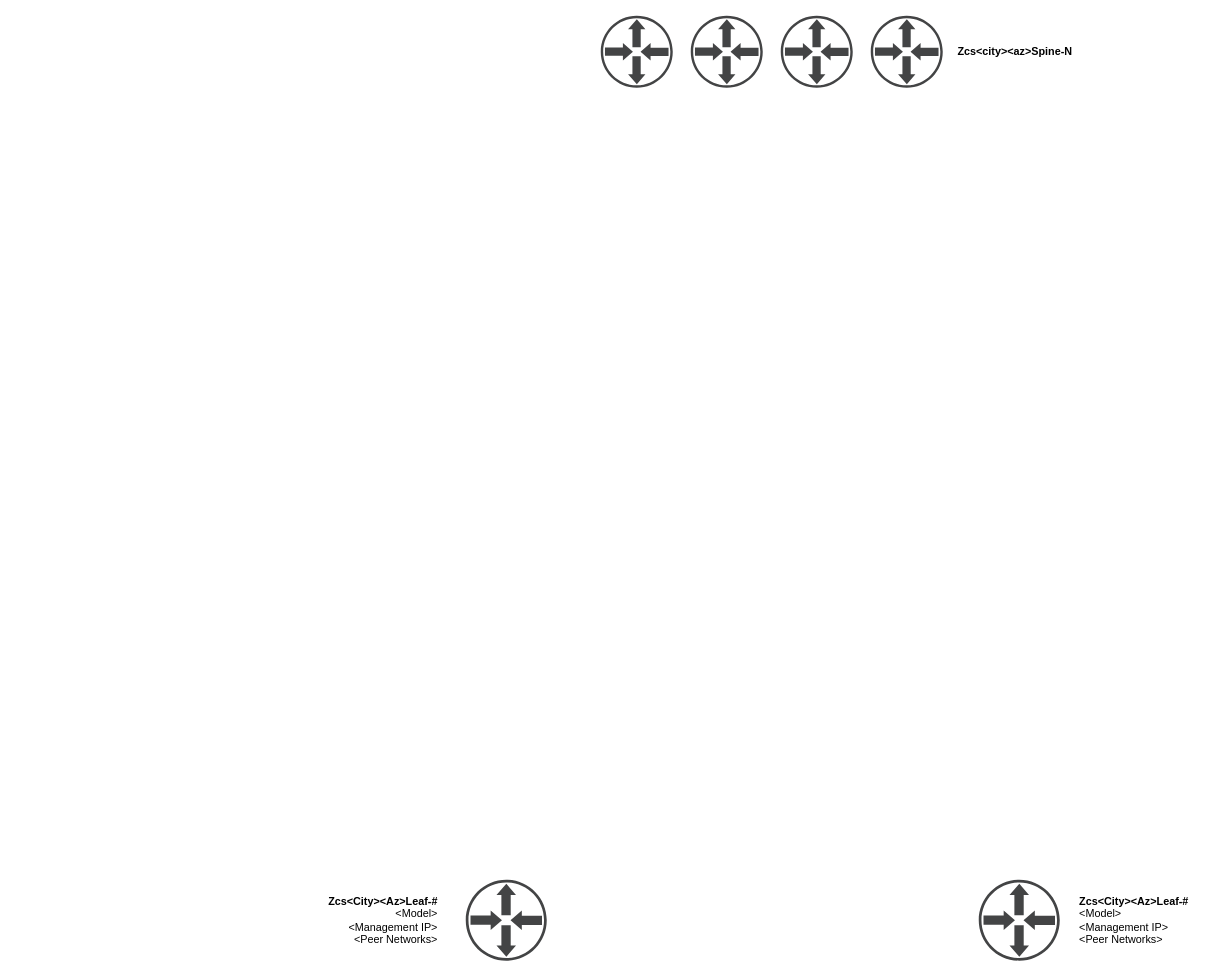
Above: dwg/Site Routing.drawio in ngschmidt/nsx-ninja-design-v3 (draw.io), before the change. Source tidied: cells renumbered, new cells numbered last; positions are measured from the earlier drawing's top-left corner, leaving out a move shared by most shapes. Both pictures are drawn from the tidied source at 90%, with x=0, y=0 at pixel (312, 15).
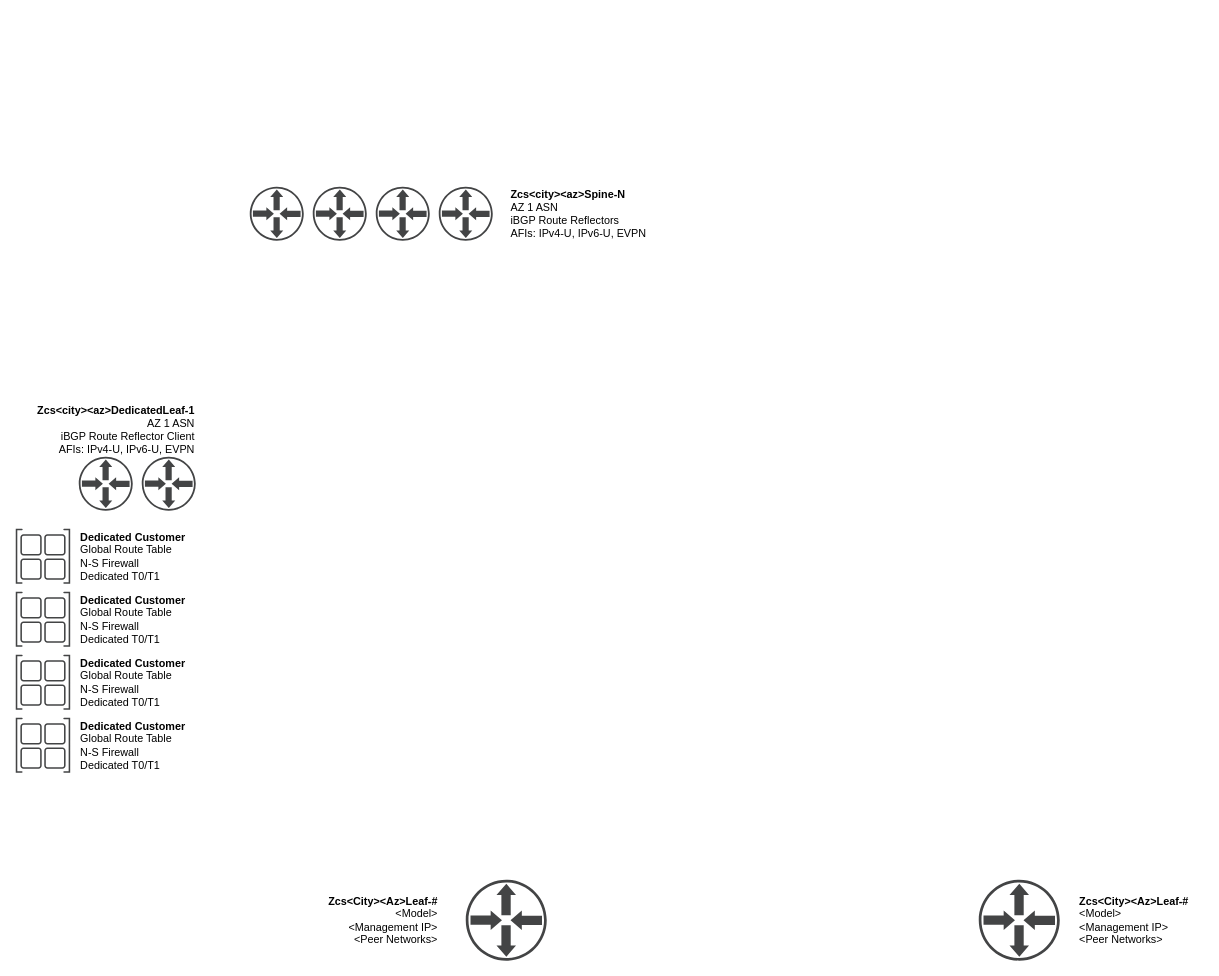
After the change.

Diff of the diagram source:
```diff
@@
     <mxCell id="6" style="shadow=0;dashed=0;html=1;strokeColor=none;fillColor=#434445;labelPosition=center;verticalLabelPosition=bottom;verticalAlign=top;align=center;shape=mxgraph.vvd.physical_upstream_router;" parent="1" vertex="1">
-      <mxGeometry x="320" width="80" height="80" as="geometry" />
+      <mxGeometry x="-70" y="190" width="60" height="60" as="geometry" />
     </mxCell>
     <mxCell id="7" style="shadow=0;dashed=0;html=1;strokeColor=none;fillColor=#434445;labelPosition=center;verticalLabelPosition=bottom;verticalAlign=top;align=center;shape=mxgraph.vvd.physical_upstream_router;" parent="1" vertex="1">
-      <mxGeometry x="520" width="80" height="80" as="geometry" />
+      <mxGeometry x="70" y="190" width="60" height="60" as="geometry" />
     </mxCell>
     <mxCell id="8" style="shadow=0;dashed=0;html=1;strokeColor=none;fillColor=#434445;labelPosition=center;verticalLabelPosition=bottom;verticalAlign=top;align=center;shape=mxgraph.vvd.physical_upstream_router;" parent="1" vertex="1">
-      <mxGeometry x="420" width="80" height="80" as="geometry" />
+      <mxGeometry y="190" width="60" height="60" as="geometry" />
     </mxCell>
     <mxCell id="9" style="shadow=0;dashed=0;html=1;strokeColor=none;fillColor=#434445;labelPosition=center;verticalLabelPosition=bottom;verticalAlign=top;align=center;shape=mxgraph.vvd.physical_upstream_router;" parent="1" vertex="1">
-      <mxGeometry x="620" width="80" height="80" as="geometry" />
+      <mxGeometry x="140" y="190" width="60" height="60" as="geometry" />
     </mxCell>
-    <mxCell id="10" value="&lt;b&gt;Zcs&amp;lt;city&amp;gt;&amp;lt;az&amp;gt;Spine-N&lt;/b&gt;" style="text;html=1;align=center;verticalAlign=middle;" parent="1" vertex="1">
-      <mxGeometry x="710" y="30" width="140" height="20" as="geometry" />
+    <mxCell id="10" value="&lt;div style=&quot;text-align: left&quot;&gt;&lt;b&gt;Zcs&amp;lt;city&amp;gt;&amp;lt;az&amp;gt;Spine-N&lt;/b&gt;&lt;/div&gt;&lt;div style=&quot;text-align: left&quot;&gt;&lt;span&gt;AZ 1 ASN&lt;/span&gt;&lt;/div&gt;&lt;div style=&quot;text-align: left&quot;&gt;&lt;span&gt;iBGP Route Reflectors&lt;/span&gt;&lt;/div&gt;&lt;div style=&quot;text-align: left&quot;&gt;&lt;span&gt;AFIs: IPv4-U, IPv6-U, EVPN&lt;/span&gt;&lt;/div&gt;" style="text;html=1;align=center;verticalAlign=middle;" parent="1" vertex="1">
+      <mxGeometry x="210" y="190" width="170" height="60" as="geometry" />
     </mxCell>
+    <mxCell id="11" style="shadow=0;dashed=0;html=1;strokeColor=none;fillColor=#434445;labelPosition=center;verticalLabelPosition=bottom;verticalAlign=top;align=center;shape=mxgraph.vvd.physical_upstream_router;" parent="1" vertex="1">
+      <mxGeometry x="-260" y="490" width="60" height="60" as="geometry" />
+    </mxCell>
+    <mxCell id="12" style="shadow=0;dashed=0;html=1;strokeColor=none;fillColor=#434445;labelPosition=center;verticalLabelPosition=bottom;verticalAlign=top;align=center;shape=mxgraph.vvd.physical_upstream_router;" parent="1" vertex="1">
+      <mxGeometry x="-190" y="490" width="60" height="60" as="geometry" />
+    </mxCell>
+    <mxCell id="13" value="&lt;b&gt;Zcs&amp;lt;city&amp;gt;&amp;lt;az&amp;gt;DedicatedLeaf-1&lt;/b&gt;&lt;br&gt;AZ 1 ASN&lt;br&gt;iBGP Route Reflector Client&lt;br&gt;AFIs: IPv4-U, IPv6-U, EVPN" style="text;html=1;align=right;verticalAlign=middle;" parent="1" vertex="1">
+      <mxGeometry x="-320" y="430" width="190" height="60" as="geometry" />
+    </mxCell>
+    <mxCell id="14" style="shadow=0;dashed=0;html=1;strokeColor=none;fillColor=#434445;labelPosition=center;verticalLabelPosition=bottom;verticalAlign=top;align=center;shape=mxgraph.vvd.site_container;" parent="1" vertex="1">
+      <mxGeometry x="-330" y="570" width="60.5" height="61.1" as="geometry" />
+    </mxCell>
+    <mxCell id="15" value="Dedicated Customer&lt;br&gt;&lt;span style=&quot;font-weight: normal&quot;&gt;Global Route Table&lt;br&gt;N-S Firewall&lt;br&gt;Dedicated T0/T1&lt;/span&gt;" style="text;html=1;align=left;verticalAlign=middle;fontStyle=1;" parent="1" vertex="1">
+      <mxGeometry x="-260" y="571.1" width="130" height="60" as="geometry" />
+    </mxCell>
+    <mxCell id="16" style="shadow=0;dashed=0;html=1;strokeColor=none;fillColor=#434445;labelPosition=center;verticalLabelPosition=bottom;verticalAlign=top;align=center;shape=mxgraph.vvd.site_container;" parent="1" vertex="1">
+      <mxGeometry x="-330" y="640" width="60.5" height="61.1" as="geometry" />
+    </mxCell>
+    <mxCell id="17" value="Dedicated Customer&lt;br&gt;&lt;span style=&quot;font-weight: normal&quot;&gt;Global Route Table&lt;br&gt;N-S Firewall&lt;br&gt;Dedicated T0/T1&lt;/span&gt;" style="text;html=1;align=left;verticalAlign=middle;fontStyle=1;" parent="1" vertex="1">
+      <mxGeometry x="-260" y="641.1" width="130" height="60" as="geometry" />
+    </mxCell>
+    <mxCell id="18" style="shadow=0;dashed=0;html=1;strokeColor=none;fillColor=#434445;labelPosition=center;verticalLabelPosition=bottom;verticalAlign=top;align=center;shape=mxgraph.vvd.site_container;" parent="1" vertex="1">
+      <mxGeometry x="-330" y="710" width="60.5" height="61.1" as="geometry" />
+    </mxCell>
+    <mxCell id="19" value="Dedicated Customer&lt;br&gt;&lt;span style=&quot;font-weight: normal&quot;&gt;Global Route Table&lt;br&gt;N-S Firewall&lt;br&gt;Dedicated T0/T1&lt;/span&gt;" style="text;html=1;align=left;verticalAlign=middle;fontStyle=1;" parent="1" vertex="1">
+      <mxGeometry x="-260" y="711.1" width="130" height="60" as="geometry" />
+    </mxCell>
+    <mxCell id="20" style="shadow=0;dashed=0;html=1;strokeColor=none;fillColor=#434445;labelPosition=center;verticalLabelPosition=bottom;verticalAlign=top;align=center;shape=mxgraph.vvd.site_container;" parent="1" vertex="1">
+      <mxGeometry x="-330" y="780" width="60.5" height="61.1" as="geometry" />
+    </mxCell>
+    <mxCell id="21" value="Dedicated Customer&lt;br&gt;&lt;span style=&quot;font-weight: normal&quot;&gt;Global Route Table&lt;br&gt;N-S Firewall&lt;br&gt;Dedicated T0/T1&lt;/span&gt;" style="text;html=1;align=left;verticalAlign=middle;fontStyle=1;" parent="1" vertex="1">
+      <mxGeometry x="-260" y="781.1" width="130" height="60" as="geometry" />
+    </mxCell>
```
